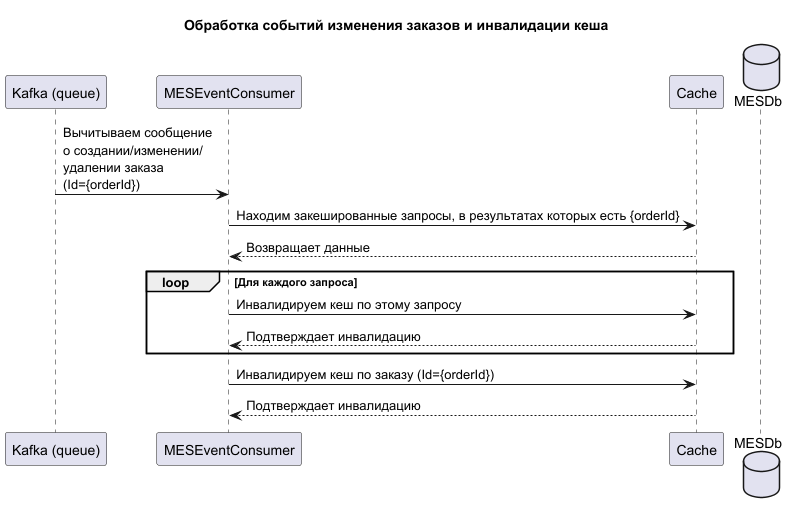
Chepene/architecture-sprint-4 keeps this PlantUML diagram as Exc5/resources/changeorderstatus.png. Above is the earlier version.
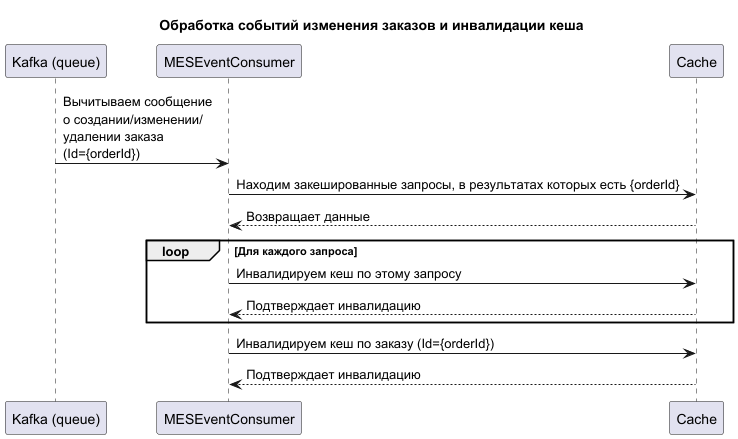
The same file after the commit.

Diff of the diagram source:
```diff
@@ -4,8 +4,6 @@
 participant Kafka as "Kafka (queue)"
 participant MESEventConsumer
 participant Cache
-database MESDb
-
 Kafka -> MESEventConsumer: Вычитываем сообщение\nо создании/изменении/\nудалении заказа\n(Id={orderId})
 MESEventConsumer -> Cache: Находим закешированные запросы, в результатах которых есть {orderId}
 Cache --> MESEventConsumer: Возвращает данные
```
